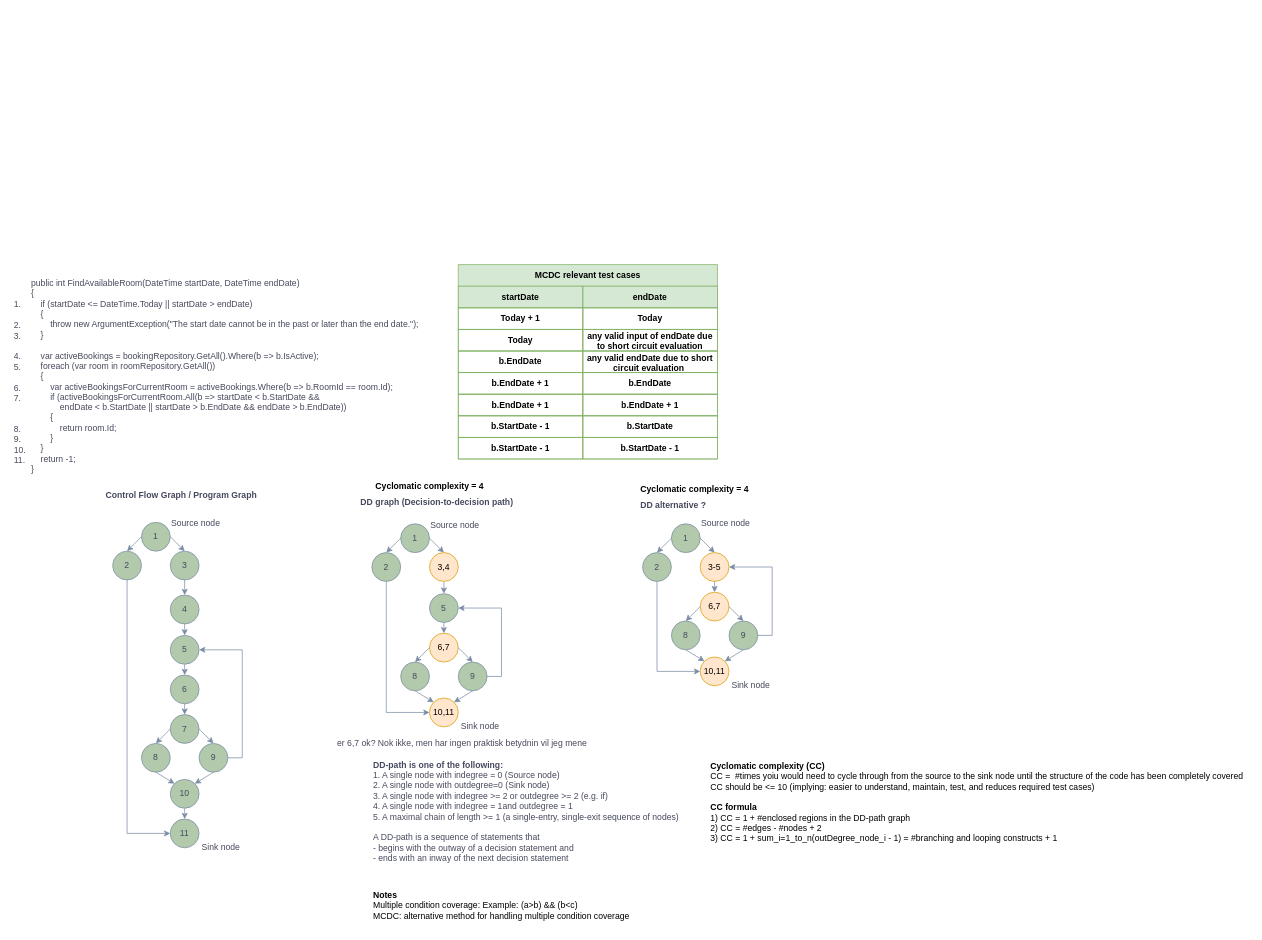
Before: page "FindAvailableRoom_v2" (2 of 3) of Unavngivet diagram.drawio in leaand01/WhiteBoxTesting_temp, a draw.io diagram. Source tidied: cells renumbered, new cells numbered last; positions are measured from the earlier drawing's top-left corner, leaving out a move shared by most shapes. Both pictures are drawn from the tidied source at 72%, with x=0, y=0 at pixel (12, 264).
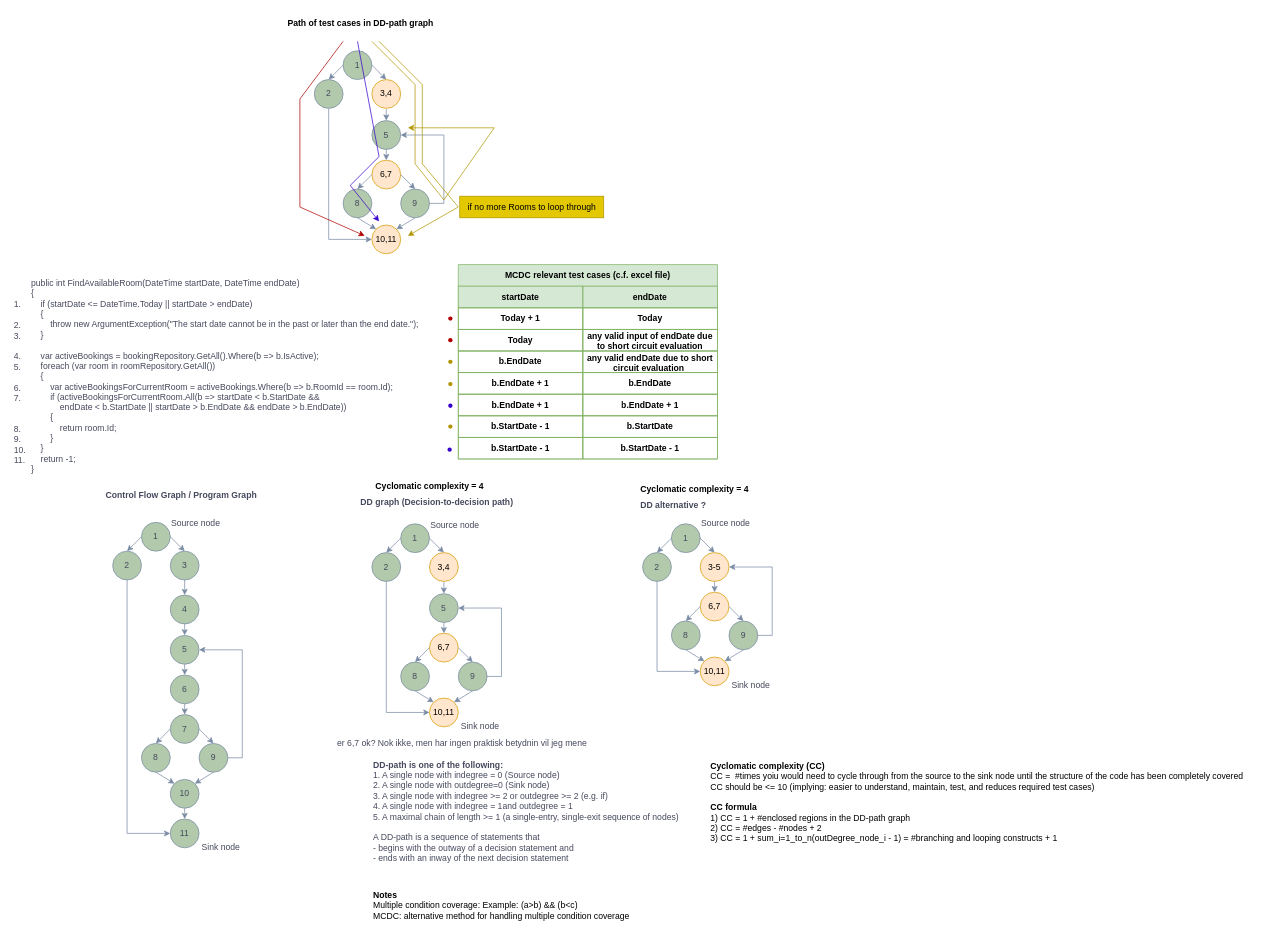
After the change.

Change to the diagram source:
```diff
@@
-    <mxCell id="77" value="MCDC relevant test cases" style="shape=table;startSize=30;childLayout=tableLayout;fillColor=#d5e8d4;strokeColor=#82b366;fontStyle=1;swimlaneFillColor=#FFFFFF;fontColor=#000000;whiteSpace=wrap;html=1;" parent="1" vertex="1">
+    <mxCell id="77" value="MCDC relevant test cases (c.f. excel file)" style="shape=table;startSize=30;childLayout=tableLayout;fillColor=#d5e8d4;strokeColor=#82b366;fontStyle=1;swimlaneFillColor=#FFFFFF;fontColor=#000000;whiteSpace=wrap;html=1;" parent="1" vertex="1">
       <mxGeometry x="619" width="360" height="270" as="geometry" />
     </mxCell>
@@
+    <mxCell id="102" value="1" style="ellipse;whiteSpace=wrap;html=1;labelBackgroundColor=none;fillColor=#B2C9AB;strokeColor=#788AA3;fontColor=#46495D;" parent="1" vertex="1">
+      <mxGeometry x="459" y="-297" width="40" height="40" as="geometry" />
+    </mxCell>
+    <mxCell id="103" value="2" style="ellipse;whiteSpace=wrap;html=1;labelBackgroundColor=none;fillColor=#B2C9AB;strokeColor=#788AA3;fontColor=#46495D;" parent="1" vertex="1">
+      <mxGeometry x="419" y="-257" width="40" height="40" as="geometry" />
+    </mxCell>
+    <mxCell id="104" value="3,4" style="ellipse;whiteSpace=wrap;html=1;labelBackgroundColor=none;fillColor=#ffe6cc;strokeColor=#d79b00;" parent="1" vertex="1">
+      <mxGeometry x="499" y="-257" width="40" height="40" as="geometry" />
+    </mxCell>
+    <mxCell id="105" value="5" style="ellipse;whiteSpace=wrap;html=1;labelBackgroundColor=none;fillColor=#B2C9AB;strokeColor=#788AA3;fontColor=#46495D;" parent="1" vertex="1">
+      <mxGeometry x="499" y="-200" width="40" height="40" as="geometry" />
+    </mxCell>
+    <mxCell id="106" value="6,7" style="ellipse;whiteSpace=wrap;html=1;labelBackgroundColor=none;fillColor=#ffe6cc;strokeColor=#d79b00;" parent="1" vertex="1">
+      <mxGeometry x="499" y="-145" width="40" height="40" as="geometry" />
+    </mxCell>
+    <mxCell id="107" value="8" style="ellipse;whiteSpace=wrap;html=1;labelBackgroundColor=none;fillColor=#B2C9AB;strokeColor=#788AA3;fontColor=#46495D;" parent="1" vertex="1">
+      <mxGeometry x="459" y="-105" width="40" height="40" as="geometry" />
+    </mxCell>
+    <mxCell id="108" value="10,11" style="ellipse;whiteSpace=wrap;html=1;labelBackgroundColor=none;fillColor=#ffe6cc;strokeColor=#d79b00;" parent="1" vertex="1">
+      <mxGeometry x="499" y="-55" width="40" height="40" as="geometry" />
+    </mxCell>
+    <mxCell id="109" value="9" style="ellipse;whiteSpace=wrap;html=1;labelBackgroundColor=none;fillColor=#B2C9AB;strokeColor=#788AA3;fontColor=#46495D;" parent="1" vertex="1">
+      <mxGeometry x="539" y="-105" width="40" height="40" as="geometry" />
+    </mxCell>
+    <mxCell id="110" style="edgeStyle=none;jettySize=auto;html=1;rounded=0;entryX=0.5;entryY=0;entryDx=0;entryDy=0;exitX=0;exitY=0.5;exitDx=0;exitDy=0;labelBackgroundColor=none;strokeColor=#788AA3;fontColor=default;" parent="1" edge="1" source="102" target="103">
+      <mxGeometry relative="1" as="geometry" />
+    </mxCell>
+    <mxCell id="111" style="edgeStyle=none;jettySize=auto;html=1;rounded=0;entryX=0.5;entryY=0;entryDx=0;entryDy=0;exitX=1;exitY=0.5;exitDx=0;exitDy=0;labelBackgroundColor=none;strokeColor=#788AA3;fontColor=default;" parent="1" edge="1" source="102" target="104">
+      <mxGeometry relative="1" as="geometry" />
+    </mxCell>
+    <mxCell id="112" style="edgeStyle=none;jettySize=auto;html=1;rounded=0;exitX=0.5;exitY=1;exitDx=0;exitDy=0;entryX=0.5;entryY=0;entryDx=0;entryDy=0;labelBackgroundColor=none;strokeColor=#788AA3;fontColor=default;" parent="1" edge="1" target="105">
+      <mxGeometry relative="1" as="geometry">
+        <mxPoint x="519" y="-216" as="sourcePoint" />
+      </mxGeometry>
+    </mxCell>
+    <mxCell id="113" style="edgeStyle=none;jettySize=auto;html=1;rounded=0;exitX=0.5;exitY=1;exitDx=0;exitDy=0;entryX=0.5;entryY=0;entryDx=0;entryDy=0;labelBackgroundColor=none;strokeColor=#788AA3;fontColor=default;" parent="1" edge="1" target="106">
+      <mxGeometry relative="1" as="geometry">
+        <mxPoint x="519" y="-160" as="sourcePoint" />
+      </mxGeometry>
+    </mxCell>
+    <mxCell id="114" style="edgeStyle=none;jettySize=auto;html=1;rounded=0;exitX=0;exitY=0.5;exitDx=0;exitDy=0;entryX=0.5;entryY=0;entryDx=0;entryDy=0;labelBackgroundColor=none;strokeColor=#788AA3;fontColor=default;" parent="1" edge="1" source="106" target="107">
+      <mxGeometry relative="1" as="geometry" />
+    </mxCell>
+    <mxCell id="115" style="edgeStyle=none;jettySize=auto;html=1;rounded=0;exitX=0.5;exitY=1;exitDx=0;exitDy=0;entryX=0;entryY=0;entryDx=0;entryDy=0;labelBackgroundColor=none;strokeColor=#788AA3;fontColor=default;" parent="1" edge="1" source="107" target="108">
+      <mxGeometry relative="1" as="geometry" />
+    </mxCell>
+    <mxCell id="116" style="edgeStyle=none;jettySize=auto;html=1;rounded=0;exitX=0.5;exitY=1;exitDx=0;exitDy=0;entryX=0;entryY=0.5;entryDx=0;entryDy=0;labelBackgroundColor=none;strokeColor=#788AA3;fontColor=default;" parent="1" edge="1" source="103" target="108">
+      <mxGeometry relative="1" as="geometry">
+        <Array as="points">
+          <mxPoint x="439" y="-35" />
+        </Array>
+      </mxGeometry>
+    </mxCell>
+    <mxCell id="117" style="edgeStyle=none;jettySize=auto;html=1;rounded=0;exitX=1;exitY=0.5;exitDx=0;exitDy=0;entryX=0.5;entryY=0;entryDx=0;entryDy=0;labelBackgroundColor=none;strokeColor=#788AA3;fontColor=default;" parent="1" edge="1" source="106" target="109">
+      <mxGeometry relative="1" as="geometry" />
+    </mxCell>
+    <mxCell id="118" style="edgeStyle=none;jettySize=auto;html=1;rounded=0;exitX=1;exitY=0.5;exitDx=0;exitDy=0;entryX=1;entryY=0.5;entryDx=0;entryDy=0;labelBackgroundColor=none;strokeColor=#788AA3;fontColor=default;" parent="1" edge="1" source="109" target="105">
+      <mxGeometry relative="1" as="geometry">
+        <Array as="points">
+          <mxPoint x="599" y="-85" />
+          <mxPoint x="599" y="-180" />
+        </Array>
+      </mxGeometry>
+    </mxCell>
+    <mxCell id="119" style="edgeStyle=none;jettySize=auto;html=1;rounded=0;exitX=0.5;exitY=1;exitDx=0;exitDy=0;entryX=1;entryY=0;entryDx=0;entryDy=0;labelBackgroundColor=none;strokeColor=#788AA3;fontColor=default;" parent="1" edge="1" source="109" target="108">
+      <mxGeometry relative="1" as="geometry" />
+    </mxCell>
+    <mxCell id="120" style="edgeStyle=none;orthogonalLoop=1;jettySize=auto;html=1;rounded=0;fillColor=#e51400;strokeColor=#B20000;" parent="1" edge="1">
+      <mxGeometry relative="1" as="geometry">
+        <mxPoint x="459" y="-310" as="sourcePoint" />
+        <mxPoint x="489" y="-40" as="targetPoint" />
+        <Array as="points">
+          <mxPoint x="399" y="-230" />
+          <mxPoint x="399" y="-80" />
+        </Array>
+      </mxGeometry>
+    </mxCell>
+    <mxCell id="121" style="shape=waypoint;sketch=0;size=6;fillColor=#e51400;perimeter=centerPerimeter;strokeColor=#B20000;fontColor=#ffffff;" parent="1" vertex="1">
+      <mxGeometry x="598" y="65" width="20" height="20" as="geometry" />
+    </mxCell>
+    <mxCell id="122" style="shape=waypoint;sketch=0;size=6;fillColor=#e51400;perimeter=centerPerimeter;strokeColor=#B20000;fontColor=#ffffff;" parent="1" vertex="1">
+      <mxGeometry x="598" y="95" width="20" height="20" as="geometry" />
+    </mxCell>
+    <mxCell id="123" style="edgeStyle=none;orthogonalLoop=1;jettySize=auto;html=1;rounded=0;fillColor=#e3c800;strokeColor=#B09500;" parent="1" edge="1">
+      <mxGeometry relative="1" as="geometry">
+        <mxPoint x="499" y="-310" as="sourcePoint" />
+        <mxPoint x="549" y="-190" as="targetPoint" />
+        <Array as="points">
+          <mxPoint x="559" y="-250" />
+          <mxPoint x="559" y="-140" />
+          <mxPoint x="599" y="-90" />
+          <mxPoint x="669" y="-190" />
+        </Array>
+      </mxGeometry>
+    </mxCell>
+    <mxCell id="124" style="shape=waypoint;sketch=0;size=6;fillColor=#e3c800;perimeter=centerPerimeter;strokeColor=#B09500;fontColor=#000000;" parent="1" vertex="1">
+      <mxGeometry x="598" y="125" width="20" height="20" as="geometry" />
+    </mxCell>
+    <mxCell id="125" style="shape=waypoint;sketch=0;size=6;fillColor=#e3c800;perimeter=centerPerimeter;strokeColor=#B09500;fontColor=#000000;" parent="1" vertex="1">
+      <mxGeometry x="598" y="156" width="20" height="20" as="geometry" />
+    </mxCell>
+    <mxCell id="126" style="edgeStyle=none;orthogonalLoop=1;jettySize=auto;html=1;rounded=0;fillColor=#6a00ff;strokeColor=#3700CC;" parent="1" edge="1">
+      <mxGeometry relative="1" as="geometry">
+        <mxPoint x="479" y="-310" as="sourcePoint" />
+        <mxPoint x="509" y="-60" as="targetPoint" />
+        <Array as="points">
+          <mxPoint x="509" y="-150" />
+          <mxPoint x="469" y="-110" />
+        </Array>
+      </mxGeometry>
+    </mxCell>
+    <mxCell id="127" style="shape=waypoint;sketch=0;size=6;fillColor=#6a00ff;perimeter=centerPerimeter;strokeColor=#3700CC;fontColor=#ffffff;" parent="1" vertex="1">
+      <mxGeometry x="598" y="186" width="20" height="20" as="geometry" />
+    </mxCell>
+    <mxCell id="128" style="shape=waypoint;sketch=0;size=6;fillColor=#e3c800;perimeter=centerPerimeter;strokeColor=#B09500;fontColor=#000000;" parent="1" vertex="1">
+      <mxGeometry x="598" y="215" width="20" height="20" as="geometry" />
+    </mxCell>
+    <mxCell id="129" style="shape=waypoint;sketch=0;size=6;fillColor=#6a00ff;perimeter=centerPerimeter;strokeColor=#3700CC;fontColor=#ffffff;" parent="1" vertex="1">
+      <mxGeometry x="597" y="247" width="20" height="20" as="geometry" />
+    </mxCell>
+    <mxCell id="130" value="&lt;b&gt;Path of test cases in DD-path graph&lt;/b&gt;" style="text;html=1;align=center;verticalAlign=middle;strokeColor=none;fillColor=none;" parent="1" vertex="1">
+      <mxGeometry x="368" y="-350" width="230" height="30" as="geometry" />
+    </mxCell>
+    <mxCell id="131" style="edgeStyle=none;orthogonalLoop=1;jettySize=auto;html=1;rounded=0;fillColor=#e3c800;strokeColor=#B09500;" parent="1" edge="1">
+      <mxGeometry relative="1" as="geometry">
+        <mxPoint x="509" y="-310" as="sourcePoint" />
+        <mxPoint x="549" y="-40" as="targetPoint" />
+        <Array as="points">
+          <mxPoint x="569" y="-250" />
+          <mxPoint x="569" y="-140" />
+          <mxPoint x="619" y="-80" />
+        </Array>
+      </mxGeometry>
+    </mxCell>
+    <mxCell id="132" value="if no more Rooms to loop through" style="text;html=1;align=center;verticalAlign=middle;strokeColor=#B09500;fillColor=#e3c800;fontColor=#000000;" parent="1" vertex="1">
+      <mxGeometry x="621" y="-95" width="200" height="30" as="geometry" />
+    </mxCell>
```
